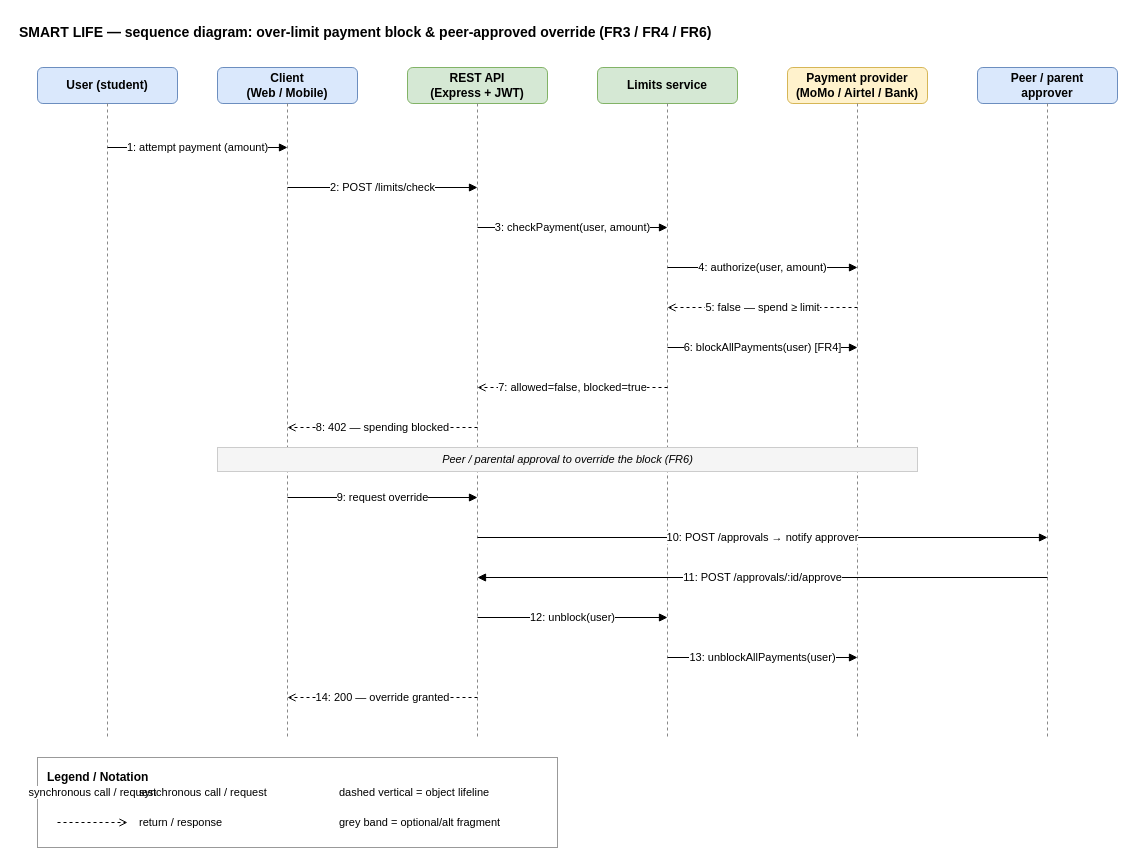
NTIVUNWA250/smart-life keeps this draw.io diagram as docs/diagrams/sequence-diagram.drawio. Above is the earlier version. Source tidied: cells renumbered, new cells numbered last; positions are measured from the earlier drawing's top-left corner, leaving out a move shared by most shapes. Both pictures are drawn from the tidied source at 100%, with x=0, y=0 at pixel (17, 17).
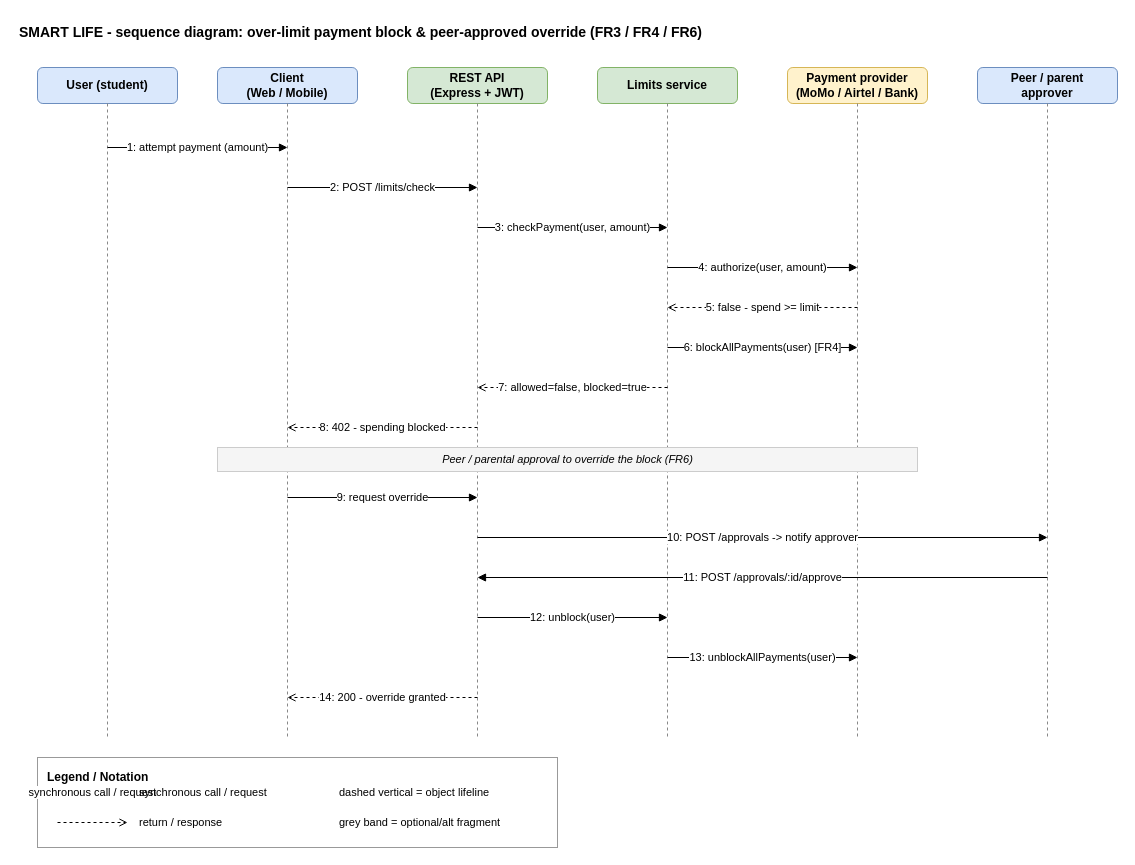
After the change.

The edit, as a diff of the source:
```diff
@@
-    <mxCell id="2" value="SMART LIFE — sequence diagram: over-limit payment block &amp; peer-approved override (FR3 / FR4 / FR6)" style="text;html=1;align=left;verticalAlign=middle;fontStyle=1;fontSize=14;" parent="1" vertex="1">
+    <mxCell id="2" value="SMART LIFE - sequence diagram: over-limit payment block &amp; peer-approved override (FR3 / FR4 / FR6)" style="text;html=1;align=left;verticalAlign=middle;fontStyle=1;fontSize=14;" parent="1" vertex="1">
       <mxGeometry width="900" height="30" as="geometry" />
     </mxCell>
@@
-    <mxCell id="19" value="5: false — spend ≥ limit" style="html=1;endArrow=open;dashed=1;fontSize=11;" parent="1" edge="1">
+    <mxCell id="19" value="5: false - spend &gt;= limit" style="html=1;endArrow=open;dashed=1;fontSize=11;" parent="1" edge="1">
       <mxGeometry relative="1" as="geometry">
         <mxPoint x="840" y="290" as="sourcePoint" />
         <mxPoint x="650" y="290" as="targetPoint" />
       </mxGeometry>
     </mxCell>
@@
-    <mxCell id="22" value="8: 402 — spending blocked" style="html=1;endArrow=open;dashed=1;fontSize=11;" parent="1" edge="1">
+    <mxCell id="22" value="8: 402 - spending blocked" style="html=1;endArrow=open;dashed=1;fontSize=11;" parent="1" edge="1">
       <mxGeometry relative="1" as="geometry">
         <mxPoint x="460" y="410" as="sourcePoint" />
         <mxPoint x="270" y="410" as="targetPoint" />
       </mxGeometry>
     </mxCell>
@@
-    <mxCell id="25" value="10: POST /approvals → notify approver" style="html=1;endArrow=block;fontSize=11;" parent="1" edge="1">
+    <mxCell id="25" value="10: POST /approvals -&gt; notify approver" style="html=1;endArrow=block;fontSize=11;" parent="1" edge="1">
       <mxGeometry relative="1" as="geometry">
         <mxPoint x="460" y="520" as="sourcePoint" />
         <mxPoint x="1030" y="520" as="targetPoint" />
       </mxGeometry>
     </mxCell>
@@
-    <mxCell id="29" value="14: 200 — override granted" style="html=1;endArrow=open;dashed=1;fontSize=11;" parent="1" edge="1">
+    <mxCell id="29" value="14: 200 - override granted" style="html=1;endArrow=open;dashed=1;fontSize=11;" parent="1" edge="1">
       <mxGeometry relative="1" as="geometry">
         <mxPoint x="460" y="680" as="sourcePoint" />
         <mxPoint x="270" y="680" as="targetPoint" />
       </mxGeometry>
     </mxCell>
```
